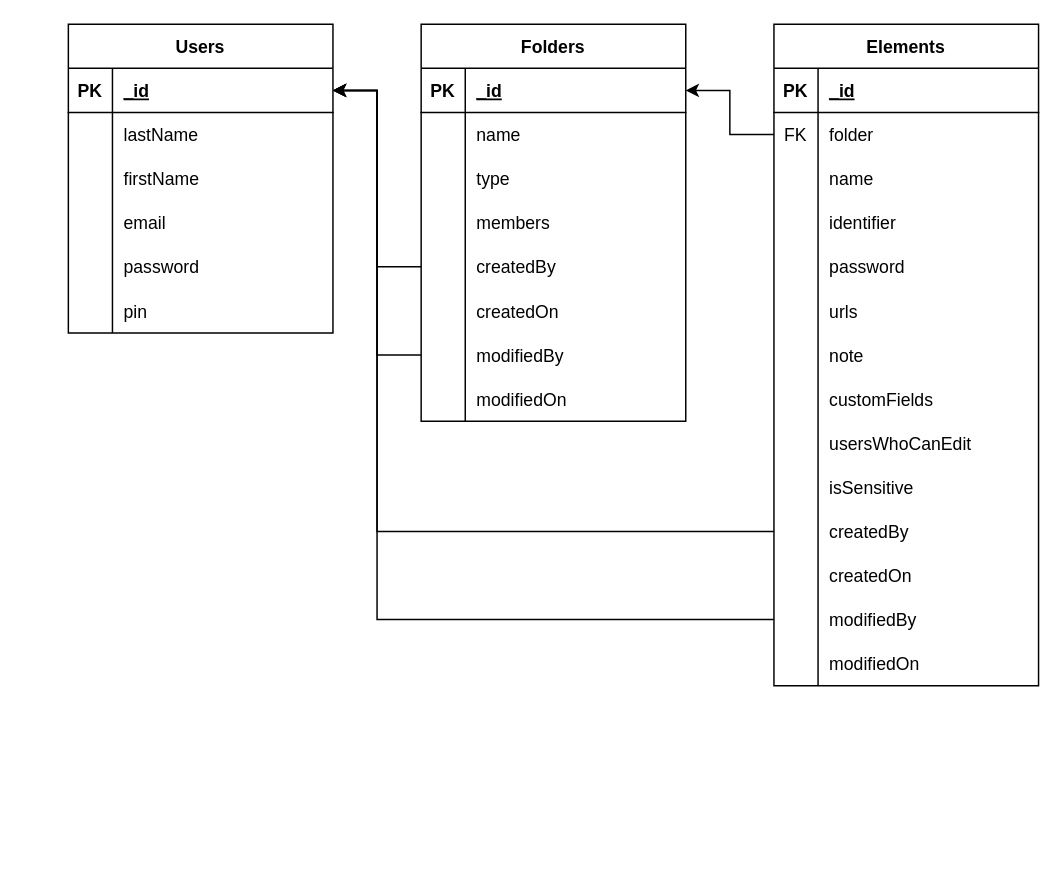
This is scheme.drawio from baptistegeorget/supwarden, a draw.io file, before an edit. Source tidied: cells renumbered, new cells numbered last; positions are measured from the earlier drawing's top-left corner, leaving out a move shared by most shapes. Both pictures are drawn from the tidied source at 147%, with x=0, y=0 at pixel (68, 24).
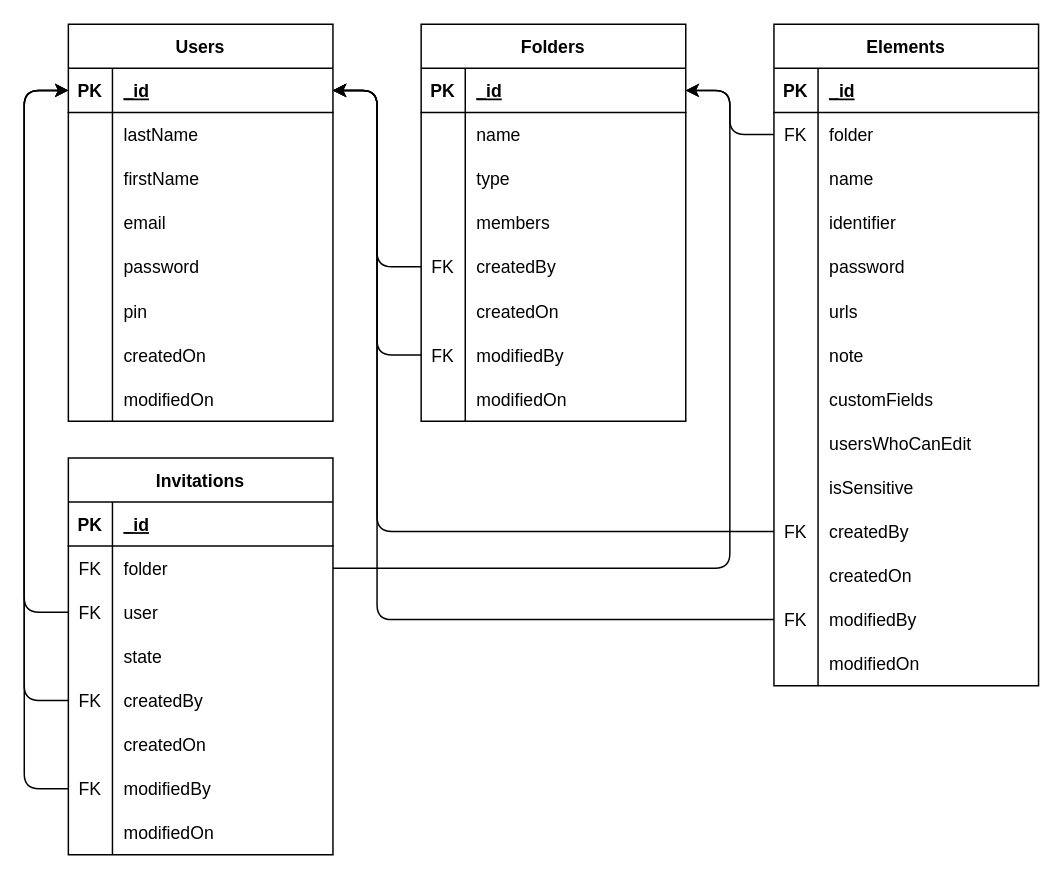
The same page after the edit.

Unchanged cells that the change refers to:
```xml
<mxCell id="3" style="shape=tableRow;horizontal=0;startSize=0;swimlaneHead=0;swimlaneBody=0;fillColor=none;points=[[0,0.5],[1,0.5]];portConstraint=eastwest;top=0;left=0;right=0;bottom=1;" parent="2" vertex="1">
  <mxGeometry y="30" width="180" height="30" as="geometry" />
</mxCell>
<mxCell id="22" style="shape=tableRow;horizontal=0;startSize=0;swimlaneHead=0;swimlaneBody=0;fillColor=none;points=[[0,0.5],[1,0.5]];portConstraint=eastwest;top=0;left=0;right=0;bottom=1;" parent="21" vertex="1">
  <mxGeometry y="30" width="180" height="30" as="geometry" />
</mxCell>
<mxCell id="34" style="shape=tableRow;horizontal=0;startSize=0;swimlaneHead=0;swimlaneBody=0;fillColor=none;points=[[0,0.5],[1,0.5]];portConstraint=eastwest;top=0;left=0;right=0;bottom=0;" parent="21" vertex="1">
  <mxGeometry y="150" width="180" height="30" as="geometry" />
</mxCell>
<mxCell id="40" style="shape=tableRow;horizontal=0;startSize=0;swimlaneHead=0;swimlaneBody=0;fillColor=none;points=[[0,0.5],[1,0.5]];portConstraint=eastwest;top=0;left=0;right=0;bottom=0;" parent="21" vertex="1">
  <mxGeometry y="210" width="180" height="30" as="geometry" />
</mxCell>
<mxCell id="50" style="shape=tableRow;horizontal=0;startSize=0;swimlaneHead=0;swimlaneBody=0;fillColor=none;points=[[0,0.5],[1,0.5]];portConstraint=eastwest;top=0;left=0;right=0;bottom=0;" parent="46" vertex="1">
  <mxGeometry y="60" width="180" height="30" as="geometry" />
</mxCell>
<mxCell id="77" style="shape=tableRow;horizontal=0;startSize=0;swimlaneHead=0;swimlaneBody=0;fillColor=none;points=[[0,0.5],[1,0.5]];portConstraint=eastwest;top=0;left=0;right=0;bottom=0;" parent="46" vertex="1">
  <mxGeometry y="330" width="180" height="30" as="geometry" />
</mxCell>
<mxCell id="83" style="shape=tableRow;horizontal=0;startSize=0;swimlaneHead=0;swimlaneBody=0;fillColor=none;points=[[0,0.5],[1,0.5]];portConstraint=eastwest;top=0;left=0;right=0;bottom=0;" parent="46" vertex="1">
  <mxGeometry y="390" width="180" height="30" as="geometry" />
</mxCell>
```

Diff of the diagram source:
```diff
@@
     <mxCell id="2" value="Users" style="shape=table;startSize=30;childLayout=tableLayout;rowLines=0;fontStyle=1;align=center;" parent="1" vertex="1">
-      <mxGeometry width="180" height="210" as="geometry" />
+      <mxGeometry width="180" height="270" as="geometry" />
     </mxCell>
@@
+    <mxCell id="94" style="shape=tableRow;horizontal=0;startSize=0;swimlaneHead=0;swimlaneBody=0;fillColor=none;top=0;left=0;right=0;bottom=0;" parent="2" vertex="1">
+      <mxGeometry y="210" width="180" height="30" as="geometry" />
+    </mxCell>
+    <mxCell id="95" style="shape=partialRectangle;fillColor=none;top=0;left=0;bottom=0;right=0;overflow=hidden;" parent="94" vertex="1">
+      <mxGeometry width="30" height="30" as="geometry" />
+    </mxCell>
+    <mxCell id="96" value="createdOn" style="shape=partialRectangle;fillColor=none;top=0;left=0;bottom=0;right=0;align=left;spacingLeft=6;overflow=hidden;" parent="94" vertex="1">
+      <mxGeometry x="30" width="150" height="30" as="geometry" />
+    </mxCell>
+    <mxCell id="97" style="shape=tableRow;horizontal=0;startSize=0;swimlaneHead=0;swimlaneBody=0;fillColor=none;top=0;left=0;right=0;bottom=0;" parent="2" vertex="1">
+      <mxGeometry y="240" width="180" height="30" as="geometry" />
+    </mxCell>
+    <mxCell id="98" style="shape=partialRectangle;fillColor=none;top=0;left=0;bottom=0;right=0;overflow=hidden;" parent="97" vertex="1">
+      <mxGeometry width="30" height="30" as="geometry" />
+    </mxCell>
+    <mxCell id="99" value="modifiedOn" style="shape=partialRectangle;fillColor=none;top=0;left=0;bottom=0;right=0;align=left;spacingLeft=6;overflow=hidden;" parent="97" vertex="1">
+      <mxGeometry x="30" width="150" height="30" as="geometry" />
+    </mxCell>
@@
-    <mxCell id="35" style="shape=partialRectangle;fillColor=none;top=0;left=0;bottom=0;right=0;overflow=hidden;" parent="34" vertex="1">
+    <mxCell id="35" value="FK" style="shape=partialRectangle;fillColor=none;top=0;left=0;bottom=0;right=0;overflow=hidden;" parent="34" vertex="1">
       <mxGeometry width="30" height="30" as="geometry" />
     </mxCell>
@@
-    <mxCell id="41" style="shape=partialRectangle;fillColor=none;top=0;left=0;bottom=0;right=0;overflow=hidden;" parent="40" vertex="1">
+    <mxCell id="41" value="FK" style="shape=partialRectangle;fillColor=none;top=0;left=0;bottom=0;right=0;overflow=hidden;" parent="40" vertex="1">
       <mxGeometry width="30" height="30" as="geometry" />
     </mxCell>
@@
-    <mxCell id="78" style="shape=partialRectangle;fillColor=none;top=0;left=0;bottom=0;right=0;overflow=hidden;" parent="77" vertex="1">
+    <mxCell id="78" value="FK" style="shape=partialRectangle;fillColor=none;top=0;left=0;bottom=0;right=0;overflow=hidden;" parent="77" vertex="1">
       <mxGeometry width="30" height="30" as="geometry" />
     </mxCell>
@@
-    <mxCell id="84" style="shape=partialRectangle;fillColor=none;top=0;left=0;bottom=0;right=0;overflow=hidden;" parent="83" vertex="1">
+    <mxCell id="84" value="FK" style="shape=partialRectangle;fillColor=none;top=0;left=0;bottom=0;right=0;overflow=hidden;" parent="83" vertex="1">
       <mxGeometry width="30" height="30" as="geometry" />
     </mxCell>
@@
-    <mxCell id="89" style="edgeStyle=orthogonalEdgeStyle;shape=connector;rounded=0;html=1;labelBackgroundColor=default;strokeColor=default;fontFamily=Helvetica;fontSize=11;fontColor=default;endArrow=classic;elbow=vertical;" parent="1" edge="1" source="50" target="22">
+    <mxCell id="89" style="edgeStyle=orthogonalEdgeStyle;shape=connector;rounded=1;html=1;labelBackgroundColor=default;strokeColor=default;fontFamily=Helvetica;fontSize=11;fontColor=default;endArrow=classic;elbow=vertical;" parent="1" edge="1" source="50" target="22">
       <mxGeometry relative="1" as="geometry" />
     </mxCell>
-    <mxCell id="90" style="edgeStyle=orthogonalEdgeStyle;shape=connector;rounded=0;html=1;labelBackgroundColor=default;strokeColor=default;fontFamily=Helvetica;fontSize=11;fontColor=default;endArrow=classic;elbow=vertical;" parent="1" edge="1" source="34" target="3">
+    <mxCell id="90" style="edgeStyle=orthogonalEdgeStyle;shape=connector;rounded=1;html=1;labelBackgroundColor=default;strokeColor=default;fontFamily=Helvetica;fontSize=11;fontColor=default;endArrow=classic;elbow=vertical;" parent="1" edge="1" source="34" target="3">
       <mxGeometry relative="1" as="geometry" />
     </mxCell>
-    <mxCell id="91" style="edgeStyle=orthogonalEdgeStyle;shape=connector;rounded=0;html=1;labelBackgroundColor=default;strokeColor=default;fontFamily=Helvetica;fontSize=11;fontColor=default;endArrow=classic;elbow=vertical;" parent="1" edge="1" source="40" target="3">
+    <mxCell id="91" style="edgeStyle=orthogonalEdgeStyle;shape=connector;rounded=1;html=1;labelBackgroundColor=default;strokeColor=default;fontFamily=Helvetica;fontSize=11;fontColor=default;endArrow=classic;elbow=vertical;" parent="1" edge="1" source="40" target="3">
       <mxGeometry relative="1" as="geometry" />
     </mxCell>
-    <mxCell id="92" style="edgeStyle=orthogonalEdgeStyle;shape=connector;rounded=0;html=1;labelBackgroundColor=default;strokeColor=default;fontFamily=Helvetica;fontSize=11;fontColor=default;endArrow=classic;elbow=vertical;" parent="1" edge="1" source="77" target="3">
+    <mxCell id="92" style="edgeStyle=orthogonalEdgeStyle;shape=connector;rounded=1;html=1;labelBackgroundColor=default;strokeColor=default;fontFamily=Helvetica;fontSize=11;fontColor=default;endArrow=classic;elbow=vertical;" parent="1" edge="1" source="77" target="3">
       <mxGeometry relative="1" as="geometry">
         <Array as="points">
           <mxPoint x="210" y="345" />
           <mxPoint x="210" y="45" />
         </Array>
       </mxGeometry>
     </mxCell>
-    <mxCell id="93" style="edgeStyle=orthogonalEdgeStyle;shape=connector;rounded=0;html=1;labelBackgroundColor=default;strokeColor=default;fontFamily=Helvetica;fontSize=11;fontColor=default;endArrow=classic;elbow=vertical;" parent="1" edge="1" source="83" target="3">
+    <mxCell id="93" style="edgeStyle=orthogonalEdgeStyle;shape=connector;rounded=1;html=1;labelBackgroundColor=default;strokeColor=default;fontFamily=Helvetica;fontSize=11;fontColor=default;endArrow=classic;elbow=vertical;" parent="1" edge="1" source="83" target="3">
       <mxGeometry relative="1" as="geometry">
         <Array as="points">
           <mxPoint x="210" y="405" />
           <mxPoint x="210" y="45" />
         </Array>
       </mxGeometry>
     </mxCell>
+    <mxCell id="100" value="Invitations" style="shape=table;startSize=30;childLayout=tableLayout;rowLines=0;fontStyle=1;align=center;" parent="1" vertex="1">
+      <mxGeometry y="295" width="180" height="270" as="geometry" />
+    </mxCell>
+    <mxCell id="101" style="shape=tableRow;horizontal=0;startSize=0;swimlaneHead=0;swimlaneBody=0;fillColor=none;top=0;left=0;right=0;bottom=1;" parent="100" vertex="1">
+      <mxGeometry y="30" width="180" height="30" as="geometry" />
+    </mxCell>
+    <mxCell id="102" value="PK" style="shape=partialRectangle;fillColor=none;top=0;left=0;bottom=0;right=0;fontStyle=1;overflow=hidden;" parent="101" vertex="1">
+      <mxGeometry width="30" height="30" as="geometry" />
+    </mxCell>
+    <mxCell id="103" value="_id" style="shape=partialRectangle;fillColor=none;top=0;left=0;bottom=0;right=0;align=left;spacingLeft=6;fontStyle=5;overflow=hidden;" parent="101" vertex="1">
+      <mxGeometry x="30" width="150" height="30" as="geometry" />
+    </mxCell>
+    <mxCell id="104" style="shape=tableRow;horizontal=0;startSize=0;swimlaneHead=0;swimlaneBody=0;fillColor=none;points=[[0,0.5],[1,0.5]];portConstraint=eastwest;top=0;left=0;right=0;bottom=0;" parent="100" vertex="1">
+      <mxGeometry y="60" width="180" height="30" as="geometry" />
+    </mxCell>
+    <mxCell id="105" value="FK" style="shape=partialRectangle;fillColor=none;top=0;left=0;bottom=0;right=0;overflow=hidden;" parent="104" vertex="1">
+      <mxGeometry width="30" height="30" as="geometry" />
+    </mxCell>
+    <mxCell id="106" value="folder" style="shape=partialRectangle;fillColor=none;top=0;left=0;bottom=0;right=0;align=left;spacingLeft=6;overflow=hidden;" parent="104" vertex="1">
+      <mxGeometry x="30" width="150" height="30" as="geometry" />
+    </mxCell>
+    <mxCell id="107" style="shape=tableRow;horizontal=0;startSize=0;swimlaneHead=0;swimlaneBody=0;fillColor=none;points=[[0,0.5],[1,0.5]];portConstraint=eastwest;top=0;left=0;right=0;bottom=0;" parent="100" vertex="1">
+      <mxGeometry y="90" width="180" height="30" as="geometry" />
+    </mxCell>
+    <mxCell id="108" value="FK" style="shape=partialRectangle;fillColor=none;top=0;left=0;bottom=0;right=0;overflow=hidden;" parent="107" vertex="1">
+      <mxGeometry width="30" height="30" as="geometry" />
+    </mxCell>
+    <mxCell id="109" value="user" style="shape=partialRectangle;fillColor=none;top=0;left=0;bottom=0;right=0;align=left;spacingLeft=6;overflow=hidden;" parent="107" vertex="1">
+      <mxGeometry x="30" width="150" height="30" as="geometry" />
+    </mxCell>
+    <mxCell id="110" style="shape=tableRow;horizontal=0;startSize=0;swimlaneHead=0;swimlaneBody=0;fillColor=none;top=0;left=0;right=0;bottom=0;" parent="100" vertex="1">
+      <mxGeometry y="120" width="180" height="30" as="geometry" />
+    </mxCell>
+    <mxCell id="111" style="shape=partialRectangle;fillColor=none;top=0;left=0;bottom=0;right=0;overflow=hidden;" parent="110" vertex="1">
+      <mxGeometry width="30" height="30" as="geometry" />
+    </mxCell>
+    <mxCell id="112" value="state" style="shape=partialRectangle;fillColor=none;top=0;left=0;bottom=0;right=0;align=left;spacingLeft=6;overflow=hidden;" parent="110" vertex="1">
+      <mxGeometry x="30" width="150" height="30" as="geometry" />
+    </mxCell>
+    <mxCell id="113" style="shape=tableRow;horizontal=0;startSize=0;swimlaneHead=0;swimlaneBody=0;fillColor=none;points=[[0,0.5],[1,0.5]];portConstraint=eastwest;top=0;left=0;right=0;bottom=0;" parent="100" vertex="1">
+      <mxGeometry y="150" width="180" height="30" as="geometry" />
+    </mxCell>
+    <mxCell id="114" value="FK" style="shape=partialRectangle;fillColor=none;top=0;left=0;bottom=0;right=0;overflow=hidden;" parent="113" vertex="1">
+      <mxGeometry width="30" height="30" as="geometry" />
+    </mxCell>
+    <mxCell id="115" value="createdBy" style="shape=partialRectangle;fillColor=none;top=0;left=0;bottom=0;right=0;align=left;spacingLeft=6;overflow=hidden;" parent="113" vertex="1">
+      <mxGeometry x="30" width="150" height="30" as="geometry" />
+    </mxCell>
+    <mxCell id="116" style="shape=tableRow;horizontal=0;startSize=0;swimlaneHead=0;swimlaneBody=0;fillColor=none;top=0;left=0;right=0;bottom=0;" parent="100" vertex="1">
+      <mxGeometry y="180" width="180" height="30" as="geometry" />
+    </mxCell>
+    <mxCell id="117" style="shape=partialRectangle;fillColor=none;top=0;left=0;bottom=0;right=0;overflow=hidden;" parent="116" vertex="1">
+      <mxGeometry width="30" height="30" as="geometry" />
+    </mxCell>
+    <mxCell id="118" value="createdOn" style="shape=partialRectangle;fillColor=none;top=0;left=0;bottom=0;right=0;align=left;spacingLeft=6;overflow=hidden;" parent="116" vertex="1">
+      <mxGeometry x="30" width="150" height="30" as="geometry" />
+    </mxCell>
+    <mxCell id="119" style="shape=tableRow;horizontal=0;startSize=0;swimlaneHead=0;swimlaneBody=0;fillColor=none;points=[[0,0.5],[1,0.5]];portConstraint=eastwest;top=0;left=0;right=0;bottom=0;" parent="100" vertex="1">
+      <mxGeometry y="210" width="180" height="30" as="geometry" />
+    </mxCell>
+    <mxCell id="120" value="FK" style="shape=partialRectangle;fillColor=none;top=0;left=0;bottom=0;right=0;overflow=hidden;" parent="119" vertex="1">
+      <mxGeometry width="30" height="30" as="geometry" />
+    </mxCell>
+    <mxCell id="121" value="modifiedBy" style="shape=partialRectangle;fillColor=none;top=0;left=0;bottom=0;right=0;align=left;spacingLeft=6;overflow=hidden;" parent="119" vertex="1">
+      <mxGeometry x="30" width="150" height="30" as="geometry" />
+    </mxCell>
+    <mxCell id="122" style="shape=tableRow;horizontal=0;startSize=0;swimlaneHead=0;swimlaneBody=0;fillColor=none;top=0;left=0;right=0;bottom=0;" parent="100" vertex="1">
+      <mxGeometry y="240" width="180" height="30" as="geometry" />
+    </mxCell>
+    <mxCell id="123" style="shape=partialRectangle;fillColor=none;top=0;left=0;bottom=0;right=0;overflow=hidden;" parent="122" vertex="1">
+      <mxGeometry width="30" height="30" as="geometry" />
+    </mxCell>
+    <mxCell id="124" value="modifiedOn" style="shape=partialRectangle;fillColor=none;top=0;left=0;bottom=0;right=0;align=left;spacingLeft=6;overflow=hidden;" parent="122" vertex="1">
+      <mxGeometry x="30" width="150" height="30" as="geometry" />
+    </mxCell>
+    <mxCell id="125" style="edgeStyle=orthogonalEdgeStyle;html=1;rounded=1;" parent="1" edge="1" source="107" target="3">
+      <mxGeometry relative="1" as="geometry">
+        <Array as="points">
+          <mxPoint x="-30" y="400" />
+          <mxPoint x="-30" y="45" />
+        </Array>
+      </mxGeometry>
+    </mxCell>
+    <mxCell id="126" style="edgeStyle=orthogonalEdgeStyle;rounded=1;html=1;" parent="1" edge="1" source="104" target="22">
+      <mxGeometry relative="1" as="geometry">
+        <Array as="points">
+          <mxPoint x="450" y="370" />
+          <mxPoint x="450" y="45" />
+        </Array>
+      </mxGeometry>
+    </mxCell>
+    <mxCell id="127" style="edgeStyle=orthogonalEdgeStyle;shape=connector;rounded=1;html=1;labelBackgroundColor=default;strokeColor=default;fontFamily=Helvetica;fontSize=11;fontColor=default;endArrow=classic;elbow=vertical;" parent="1" edge="1" source="113" target="3">
+      <mxGeometry relative="1" as="geometry">
+        <Array as="points">
+          <mxPoint x="-30" y="460" />
+          <mxPoint x="-30" y="45" />
+        </Array>
+      </mxGeometry>
+    </mxCell>
+    <mxCell id="128" style="edgeStyle=orthogonalEdgeStyle;shape=connector;rounded=1;html=1;labelBackgroundColor=default;strokeColor=default;fontFamily=Helvetica;fontSize=11;fontColor=default;endArrow=classic;elbow=vertical;" parent="1" edge="1" source="119" target="3">
+      <mxGeometry relative="1" as="geometry">
+        <Array as="points">
+          <mxPoint x="-30" y="520" />
+          <mxPoint x="-30" y="45" />
+        </Array>
+      </mxGeometry>
+    </mxCell>
```
